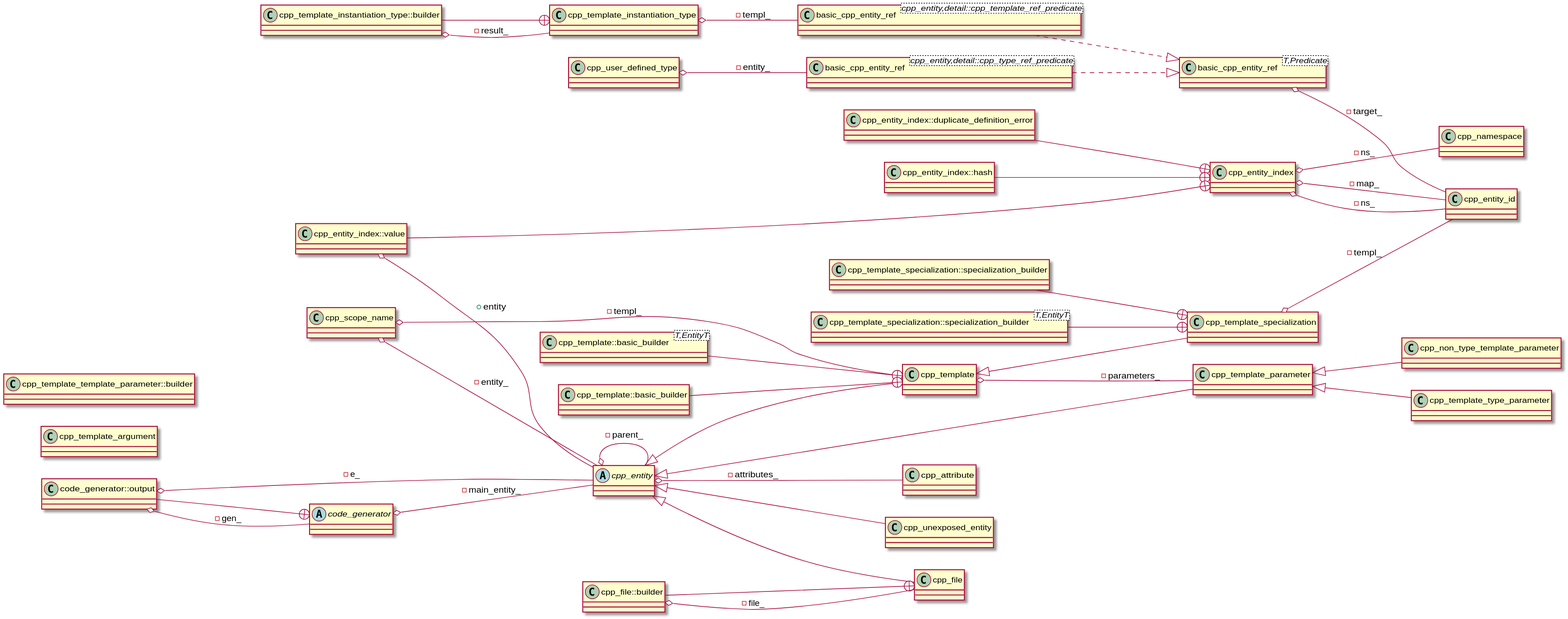
This is cppast/puml/cpp_entity_index_class_diagram.svg from bkryza/clang-uml-examples, a PlantUML export, as it was before one commit.
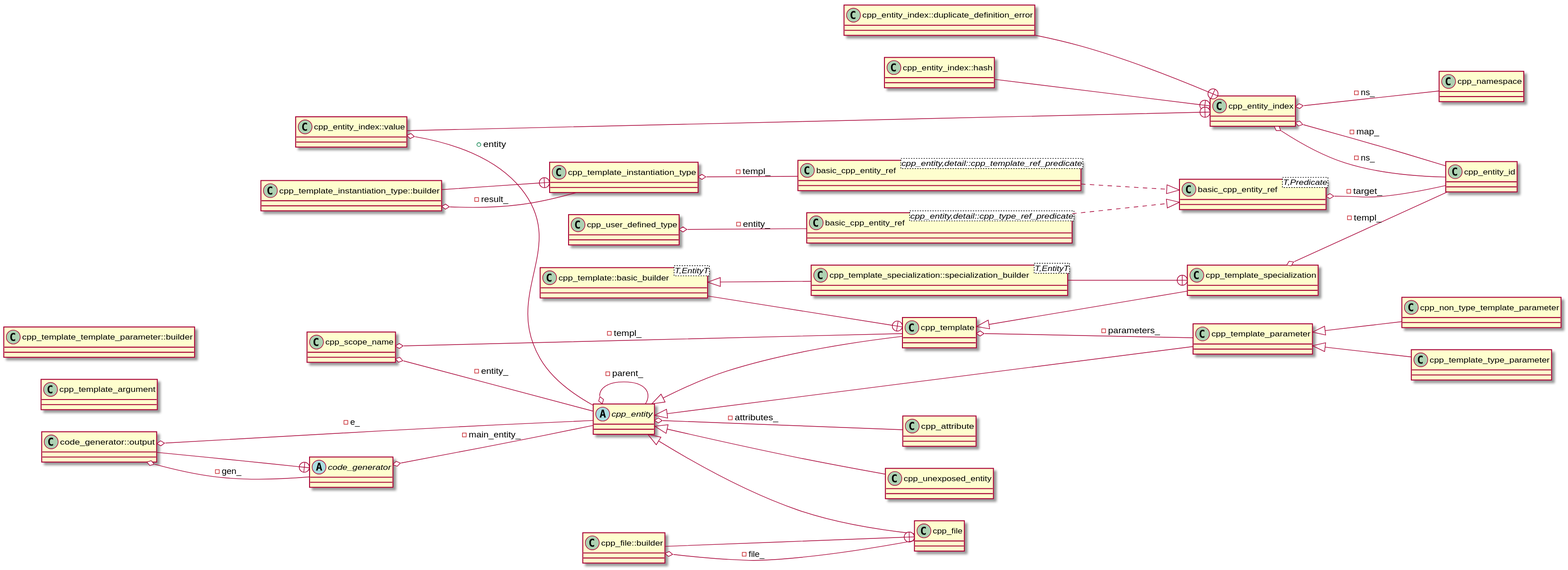
After the commit.

The edit, as a diff of the source:
```diff
@@ -81,17 +81,11 @@
 class "cpp_template::basic_builder<T,EntityT>" as C_0001612795213388544040
 class C_0001612795213388544040 [[https://github.com/foonathan/cppast/blob/f81be80b524a88533f7e5eefd96fe10dc59cc289/include/cppast/cpp_template.hpp#L36{Builder class for templates. Inherit from it to provide additional setter.}]] {
 }
-class "cpp_template::basic_builder" as C_0000038754313293006440
-class C_0000038754313293006440 [[https://github.com/foonathan/cppast/blob/f81be80b524a88533f7e5eefd96fe10dc59cc289/include/cppast/cpp_template.hpp#L36{Builder class for templates. Inherit from it to provide additional setter.}]] {
-}
 class "cpp_template_instantiation_type::builder" as C_0000643437011741382402
 class C_0000643437011741382402 [[https://github.com/foonathan/cppast/blob/f81be80b524a88533f7e5eefd96fe10dc59cc289/include/cppast/cpp_template.hpp#L97{Builds a [cppast::cpp_template_instantiation]().}]] {
 }
 class "cpp_template_specialization::specialization_builder<T,EntityT>" as C_0000577199294850900499
 class C_0000577199294850900499 [[https://github.com/foonathan/cppast/blob/f81be80b524a88533f7e5eefd96fe10dc59cc289/include/cppast/cpp_template.hpp#L223{Builder class for specializations. Inherit from it to provide additional setter.}]] {
-}
-class "cpp_template_specialization::specialization_builder" as C_0001653809872678956738
-class C_0001653809872678956738 [[https://github.com/foonathan/cppast/blob/f81be80b524a88533f7e5eefd96fe10dc59cc289/include/cppast/cpp_template.hpp#L223{Builder class for specializations. Inherit from it to provide additional setter.}]] {
 }
 C_0001989731226165037041 o-- C_0001152344551163828554 : -map_
 C_0001989731226165037041 o-- C_0001152344551163828554 : -ns_
@@ -125,9 +119,8 @@
 C_0001754391255065006254 ..|> C_0001879680673732685376
 C_0001397949548864734907 ..|> C_0001879680673732685376
 C_0001612795213388544040 --+ C_0000007122300671081288
-C_0000038754313293006440 --+ C_0000007122300671081288
 C_0000643437011741382402 --+ C_0001009421424714355715
 C_0000643437011741382402 o-- C_0001009421424714355715 : -result_
 C_0000577199294850900499 --+ C_0000529201356065019777
-C_0001653809872678956738 --+ C_0000529201356065019777
+C_0001612795213388544040 <|-- C_0000577199294850900499
 @enduml
```
